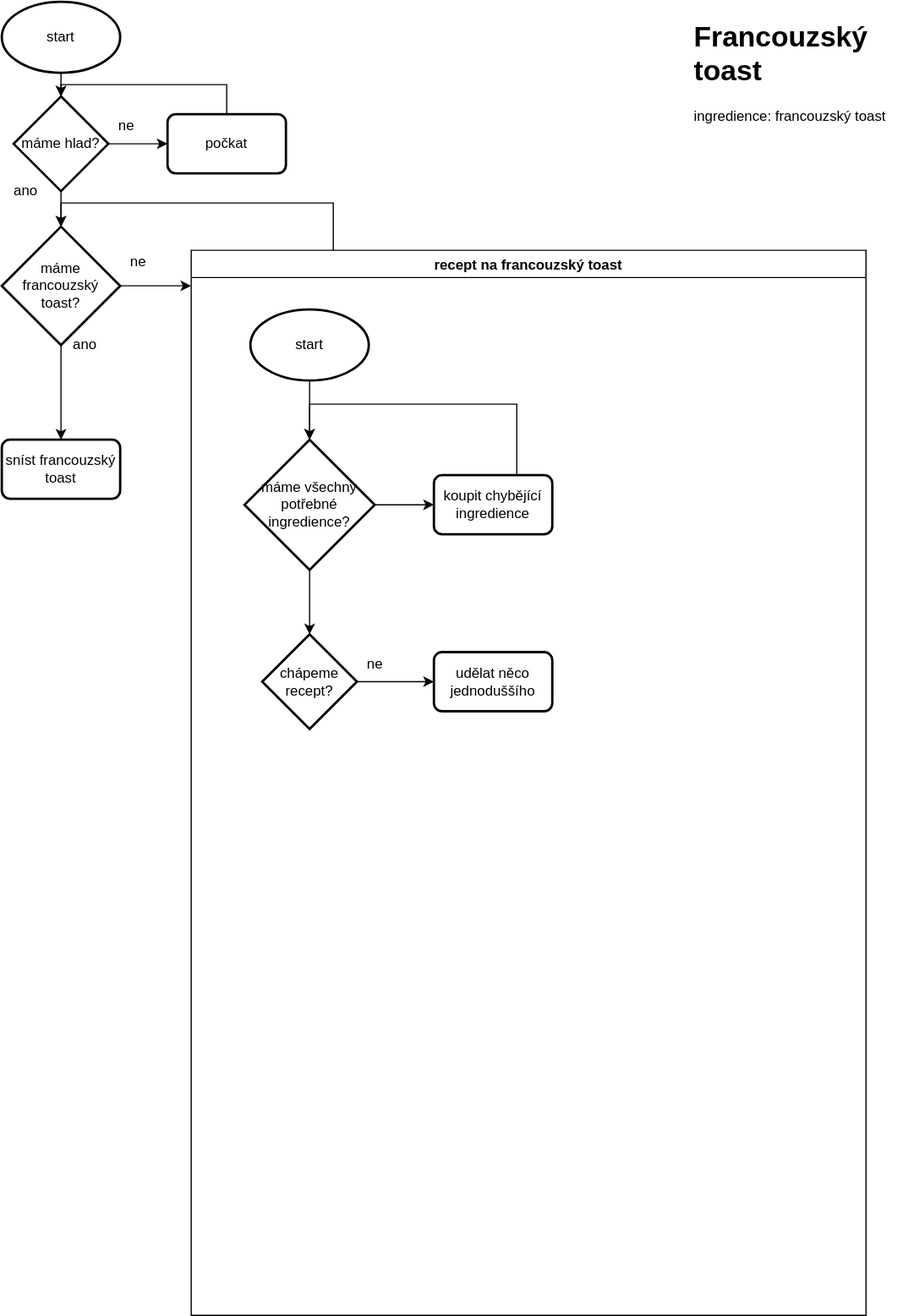
This is ZAL/Francouzsky-toast.svg from TadeasPikl/Diagrams.net, a draw.io export, as it was before one commit. Source tidied: cells renumbered, new cells last; positions are measured from the earlier drawing's top-left corner, leaving out a move shared by most shapes.
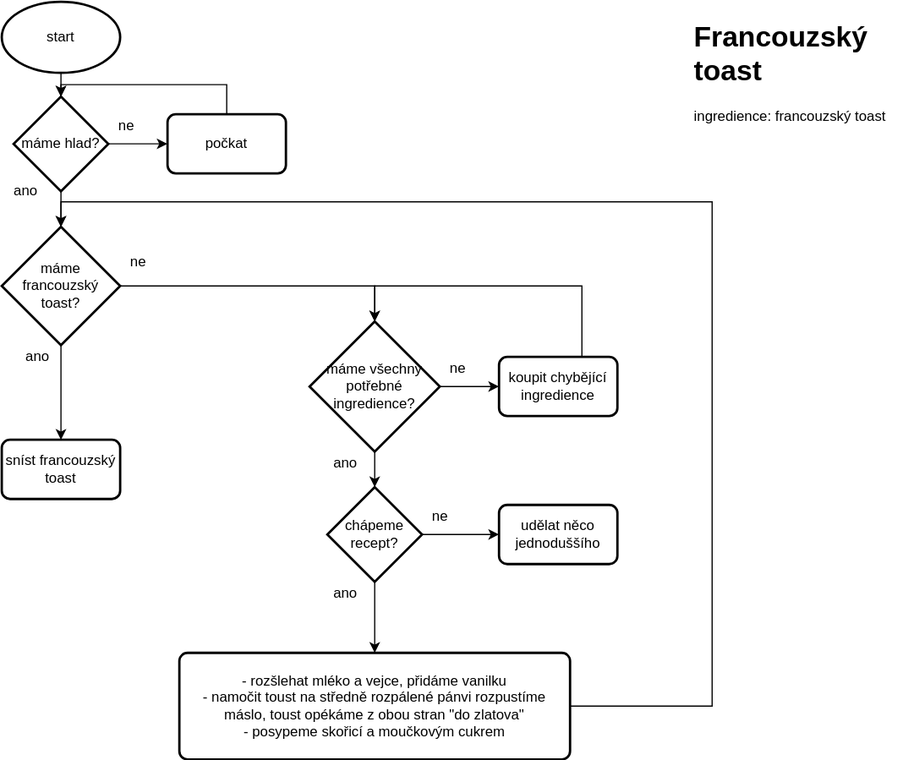
Later version of the same file.

The edit, as a diff of the source:
```diff
@@ -5,13 +5,6 @@
     <mxCell id="2" value="&lt;h1&gt;Francouzský toast&lt;/h1&gt;&lt;p&gt;ingredience: francouzský toast&lt;/p&gt;" style="text;html=1;strokeColor=none;fillColor=none;spacing=5;spacingTop=-20;whiteSpace=wrap;overflow=hidden;rounded=0;" parent="1" vertex="1">
       <mxGeometry x="580" y="10" width="190" height="120" as="geometry" />
     </mxCell>
-    <mxCell id="3" style="edgeStyle=orthogonalEdgeStyle;rounded=0;jettySize=auto;html=1;" parent="1" edge="1" source="5" target="13">
-      <mxGeometry relative="1" as="geometry">
-        <Array as="points">
-          <mxPoint x="255" y="210" />
-        </Array>
-      </mxGeometry>
-    </mxCell>
     <mxCell id="4" style="edgeStyle=orthogonalEdgeStyle;rounded=0;jettySize=auto;html=1;" parent="1" edge="1" source="5" target="11">
       <mxGeometry relative="1" as="geometry" />
     </mxCell>
@@ -27,14 +20,6 @@
     <mxCell id="8" value="start" style="strokeWidth=2;html=1;shape=mxgraph.flowchart.start_1;whiteSpace=wrap;" parent="1" vertex="1">
       <mxGeometry width="100" height="60" as="geometry" />
     </mxCell>
-    <mxCell id="9" style="edgeStyle=orthogonalEdgeStyle;rounded=0;jettySize=auto;html=1;" parent="1" edge="1" source="13" target="5">
-      <mxGeometry relative="1" as="geometry">
-        <Array as="points">
-          <mxPoint x="280" y="170" />
-          <mxPoint x="50" y="170" />
-        </Array>
-      </mxGeometry>
-    </mxCell>
     <mxCell id="10" value="ne" style="text;html=1;align=center;verticalAlign=middle;strokeColor=none;fillColor=none;" parent="1" vertex="1">
       <mxGeometry x="100" y="210" width="30" height="20" as="geometry" />
     </mxCell>
@@ -42,49 +27,8 @@
       <mxGeometry y="370" width="100" height="50" as="geometry" />
     </mxCell>
     <mxCell id="12" value="ano" style="text;html=1;align=center;verticalAlign=middle;strokeColor=none;fillColor=none;" parent="1" vertex="1">
-      <mxGeometry x="50" y="280" width="40" height="20" as="geometry" />
+      <mxGeometry x="10" y="290" width="40" height="20" as="geometry" />
     </mxCell>
-    <mxCell id="13" value="recept na francouzský toast" style="swimlane;" parent="1" vertex="1">
-      <mxGeometry x="160" y="210" width="570" height="900" as="geometry" />
-    </mxCell>
-    <mxCell id="14" style="edgeStyle=orthogonalEdgeStyle;rounded=0;jettySize=auto;html=1;entryX=0.5;entryY=0;entryDx=0;entryDy=0;entryPerimeter=0;" parent="13" edge="1" source="15" target="17">
-      <mxGeometry relative="1" as="geometry" />
-    </mxCell>
-    <mxCell id="15" value="start" style="strokeWidth=2;html=1;shape=mxgraph.flowchart.start_1;whiteSpace=wrap;" parent="13" vertex="1">
-      <mxGeometry x="50" y="50" width="100" height="60" as="geometry" />
-    </mxCell>
-    <mxCell id="16" style="edgeStyle=orthogonalEdgeStyle;rounded=0;jettySize=auto;html=1;" parent="13" edge="1" source="17" target="18">
-      <mxGeometry relative="1" as="geometry" />
-    </mxCell>
-    <mxCell id="17" value="máme všechny potřebné ingredience?" style="strokeWidth=2;html=1;shape=mxgraph.flowchart.decision;whiteSpace=wrap;" parent="13" vertex="1">
-      <mxGeometry x="45" y="160" width="110" height="110" as="geometry" />
-    </mxCell>
-    <mxCell id="18" value="koupit chybějící ingredience" style="rounded=1;whiteSpace=wrap;html=1;absoluteArcSize=1;arcSize=14;strokeWidth=2;" parent="13" vertex="1">
-      <mxGeometry x="205" y="190" width="100" height="50" as="geometry" />
-    </mxCell>
-    <mxCell id="19" style="edgeStyle=orthogonalEdgeStyle;rounded=0;jettySize=auto;html=1;entryX=0.5;entryY=0;entryDx=0;entryDy=0;entryPerimeter=0;" parent="13" edge="1" source="18" target="17">
-      <mxGeometry relative="1" as="geometry">
-        <Array as="points">
-          <mxPoint x="275" y="130" />
-          <mxPoint x="100" y="130" />
-        </Array>
-      </mxGeometry>
-    </mxCell>
-    <mxCell id="20" value="chápeme recept?" style="rhombus;whiteSpace=wrap;html=1;strokeWidth=2;" parent="13" vertex="1">
-      <mxGeometry x="60" y="324.5" width="80" height="80" as="geometry" />
-    </mxCell>
-    <mxCell id="21" style="edgeStyle=orthogonalEdgeStyle;rounded=0;jettySize=auto;html=1;" parent="13" edge="1" source="17" target="20">
-      <mxGeometry relative="1" as="geometry" />
-    </mxCell>
-    <mxCell id="22" value="udělat něco jednoduššího" style="rounded=1;whiteSpace=wrap;html=1;absoluteArcSize=1;arcSize=14;strokeWidth=2;" parent="13" vertex="1">
-      <mxGeometry x="205" y="339.5" width="100" height="50" as="geometry" />
-    </mxCell>
-    <mxCell id="23" style="edgeStyle=orthogonalEdgeStyle;rounded=0;jettySize=auto;html=1;" parent="13" edge="1" source="20" target="22">
-      <mxGeometry relative="1" as="geometry" />
-    </mxCell>
-    <mxCell id="24" value="ne" style="text;html=1;align=center;verticalAlign=middle;strokeColor=none;fillColor=none;" parent="13" vertex="1">
-      <mxGeometry x="140" y="339.5" width="30" height="20" as="geometry" />
-    </mxCell>
     <mxCell id="25" style="edgeStyle=orthogonalEdgeStyle;rounded=0;jettySize=auto;html=1;" parent="1" edge="1" source="26" target="29">
       <mxGeometry relative="1" as="geometry" />
     </mxCell>
@@ -108,5 +52,64 @@
     <mxCell id="30" value="ne" style="text;html=1;align=center;verticalAlign=middle;strokeColor=none;fillColor=none;" parent="1" vertex="1">
       <mxGeometry x="90" y="95" width="30" height="20" as="geometry" />
     </mxCell>
+    <mxCell id="31" style="edgeStyle=orthogonalEdgeStyle;rounded=0;jettySize=auto;html=1;entryX=0.5;entryY=0;entryDx=0;entryDy=0;entryPerimeter=0;endArrow=classic;exitX=1;exitY=0.5;exitDx=0;exitDy=0;exitPerimeter=0;" parent="1" edge="1" source="5" target="17">
+      <mxGeometry relative="1" as="geometry" />
+    </mxCell>
+    <mxCell id="16" style="edgeStyle=orthogonalEdgeStyle;rounded=0;jettySize=auto;html=1;endArrow=classic;" parent="1" edge="1" source="17" target="18">
+      <mxGeometry relative="1" as="geometry" />
+    </mxCell>
+    <mxCell id="17" value="máme všechny potřebné ingredience?" style="strokeWidth=2;html=1;shape=mxgraph.flowchart.decision;whiteSpace=wrap;hachureGap=4;" parent="1" vertex="1">
+      <mxGeometry x="260" y="270" width="110" height="110" as="geometry" />
+    </mxCell>
+    <mxCell id="18" value="koupit chybějící ingredience" style="rounded=1;whiteSpace=wrap;html=1;absoluteArcSize=1;arcSize=14;strokeWidth=2;hachureGap=4;" parent="1" vertex="1">
+      <mxGeometry x="420" y="300" width="100" height="50" as="geometry" />
+    </mxCell>
+    <mxCell id="19" style="edgeStyle=orthogonalEdgeStyle;rounded=0;jettySize=auto;html=1;entryX=0.5;entryY=0;entryDx=0;entryDy=0;entryPerimeter=0;endArrow=classic;" parent="1" edge="1" source="18" target="17">
+      <mxGeometry relative="1" as="geometry">
+        <Array as="points">
+          <mxPoint x="490" y="240" />
+          <mxPoint x="315" y="240" />
+        </Array>
+      </mxGeometry>
+    </mxCell>
+    <mxCell id="32" style="edgeStyle=orthogonalEdgeStyle;rounded=0;jettySize=auto;html=1;endArrow=classic;" parent="1" edge="1" source="20" target="35">
+      <mxGeometry relative="1" as="geometry" />
+    </mxCell>
+    <mxCell id="20" value="chápeme recept?" style="rhombus;whiteSpace=wrap;html=1;strokeWidth=2;hachureGap=4;" parent="1" vertex="1">
+      <mxGeometry x="275" y="410" width="80" height="80" as="geometry" />
+    </mxCell>
+    <mxCell id="21" style="edgeStyle=orthogonalEdgeStyle;rounded=0;jettySize=auto;html=1;endArrow=classic;" parent="1" edge="1" source="17" target="20">
+      <mxGeometry relative="1" as="geometry" />
+    </mxCell>
+    <mxCell id="22" value="udělat něco jednoduššího" style="rounded=1;whiteSpace=wrap;html=1;absoluteArcSize=1;arcSize=14;strokeWidth=2;hachureGap=4;" parent="1" vertex="1">
+      <mxGeometry x="420" y="425" width="100" height="50" as="geometry" />
+    </mxCell>
+    <mxCell id="23" style="edgeStyle=orthogonalEdgeStyle;rounded=0;jettySize=auto;html=1;endArrow=classic;" parent="1" edge="1" source="20" target="22">
+      <mxGeometry relative="1" as="geometry" />
+    </mxCell>
+    <mxCell id="33" value="ne" style="text;html=1;align=center;verticalAlign=middle;strokeColor=none;fillColor=none;hachureGap=4;" parent="1" vertex="1">
+      <mxGeometry x="355" y="425" width="30" height="20" as="geometry" />
+    </mxCell>
+    <mxCell id="34" style="edgeStyle=orthogonalEdgeStyle;rounded=0;jettySize=auto;html=1;" parent="1" edge="1" source="35">
+      <mxGeometry relative="1" as="geometry">
+        <mxPoint x="50" y="190" as="targetPoint" />
+        <Array as="points">
+          <mxPoint x="600" y="595" />
+          <mxPoint x="600" y="169" />
+        </Array>
+      </mxGeometry>
+    </mxCell>
+    <mxCell id="35" value="&lt;span style=&quot;text-align: left&quot;&gt;- rozšlehat mléko a vejce, přidáme vanilku&lt;/span&gt;&lt;br style=&quot;text-align: left&quot;&gt;&lt;span style=&quot;text-align: left&quot;&gt;- namočit toust&amp;nbsp;&lt;/span&gt;&lt;span style=&quot;text-align: left&quot;&gt;na středně rozpálené pánvi rozpustíme máslo, toust opékáme z obou stran &quot;do zlatova&quot;&lt;/span&gt;&lt;br style=&quot;text-align: left&quot;&gt;&lt;span style=&quot;text-align: left&quot;&gt;- posypeme skořicí a moučkovým cukrem&lt;/span&gt;" style="rounded=1;whiteSpace=wrap;html=1;absoluteArcSize=1;arcSize=14;strokeWidth=2;hachureGap=4;" parent="1" vertex="1">
+      <mxGeometry x="150" y="550" width="330" height="90" as="geometry" />
+    </mxCell>
+    <mxCell id="36" value="ne" style="text;html=1;align=center;verticalAlign=middle;strokeColor=none;fillColor=none;hachureGap=4;" parent="1" vertex="1">
+      <mxGeometry x="370" y="300" width="30" height="20" as="geometry" />
+    </mxCell>
+    <mxCell id="37" value="ano" style="text;html=1;align=center;verticalAlign=middle;strokeColor=none;fillColor=none;" parent="1" vertex="1">
+      <mxGeometry x="270" y="380" width="40" height="20" as="geometry" />
+    </mxCell>
+    <mxCell id="38" value="ano" style="text;html=1;align=center;verticalAlign=middle;strokeColor=none;fillColor=none;" parent="1" vertex="1">
+      <mxGeometry x="270" y="490" width="40" height="20" as="geometry" />
+    </mxCell>
   </root>
 </mxGraphModel>
```
